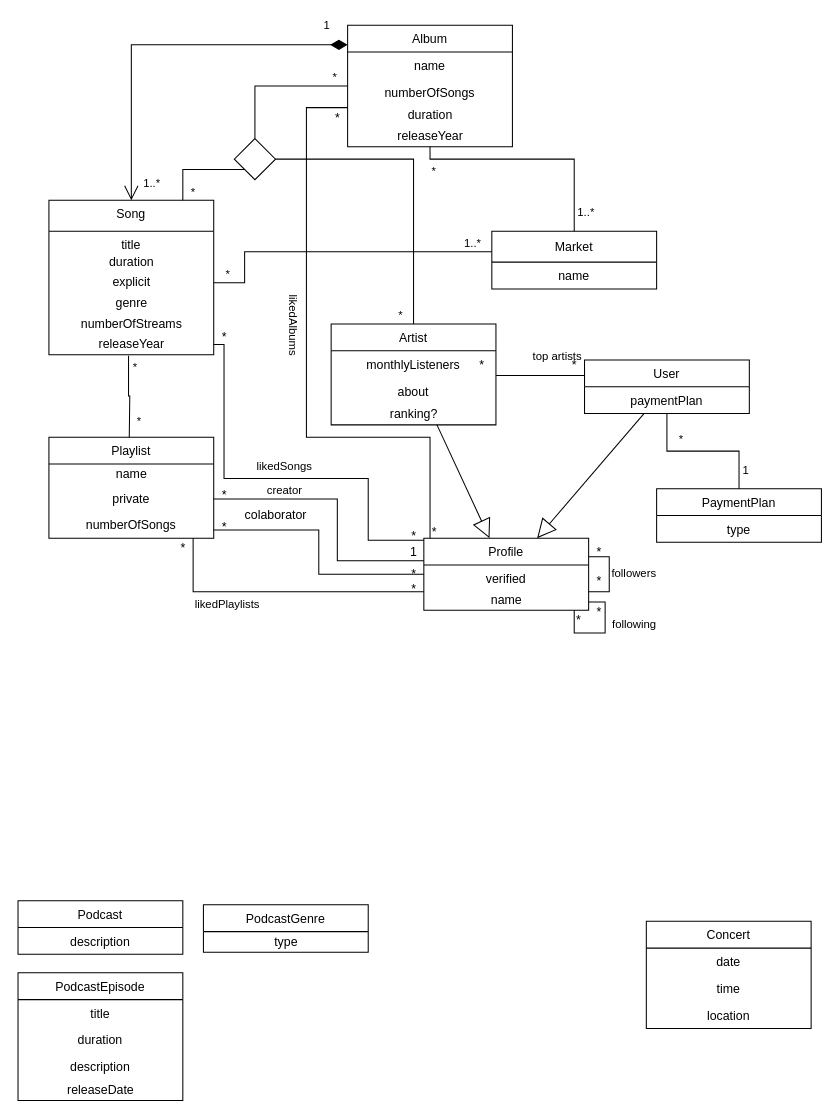
Earlier version of the draw.io diagram Spotify-class-diag.drawio (Naapperas/feup-bd). Source tidied: cells renumbered, new cells numbered last; positions are measured from the earlier drawing's top-left corner, leaving out a move shared by most shapes. Both pictures are drawn from the tidied source at 103%, with x=0, y=0 at pixel (18, 25).
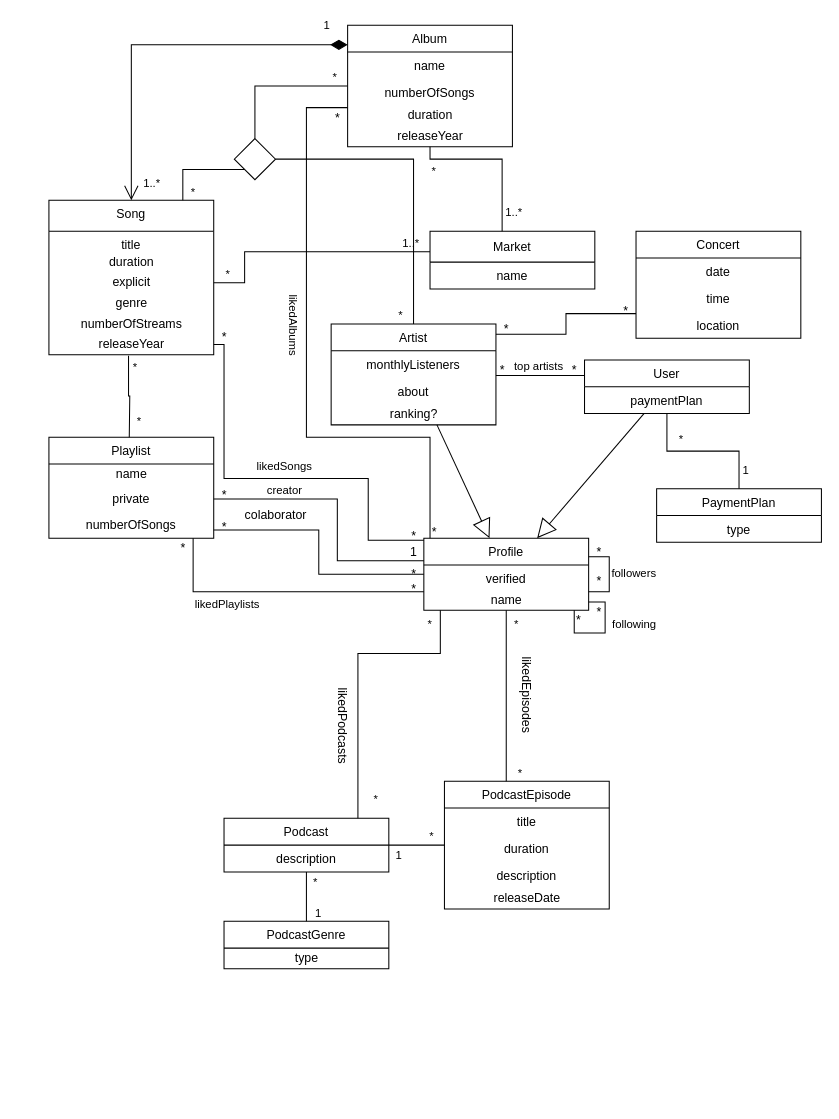
After the change.

The change refers to these unchanged cells:
```xml
<mxCell id="11" value="Album" style="swimlane;fontStyle=0;horizontal=1;startSize=26;fillColor=none;align=center;" parent="1" vertex="1">
  <mxGeometry x="320" width="160" height="118" as="geometry" />
</mxCell>
<mxCell id="16" value="Profile" style="swimlane;fontStyle=0;horizontal=1;startSize=26;fillColor=none;align=center;" parent="1" vertex="1">
  <mxGeometry x="394" y="498" width="160" height="70" as="geometry" />
</mxCell>
<mxCell id="19" value="Artist" style="swimlane;fontStyle=0;horizontal=1;startSize=26;fillColor=none;align=center;" parent="1" vertex="1">
  <mxGeometry x="304" y="290" width="160" height="98" as="geometry" />
</mxCell>
<mxCell id="64" style="endArrow=none;html=1;edgeStyle=orthogonalEdgeStyle;rounded=0;align=center;" parent="1" edge="1" source="19" target="23">
  <mxGeometry relative="1" as="geometry">
    <Array as="points">
      <mxPoint x="510" y="340" />
      <mxPoint x="510" y="340" />
    </Array>
  </mxGeometry>
</mxCell>
```

Change to the diagram source:
```diff
@@
     <mxCell id="9" value="Market" style="swimlane;fontStyle=0;horizontal=1;startSize=30;fillColor=none;align=center;" parent="1" vertex="1">
-      <mxGeometry x="460" y="200" width="160" height="56" as="geometry" />
+      <mxGeometry x="400" y="200" width="160" height="56" as="geometry" />
     </mxCell>
@@
     <mxCell id="25" value="Concert" style="swimlane;fontStyle=0;horizontal=1;startSize=26;fillColor=none;align=center;" parent="1" vertex="1">
-      <mxGeometry x="610" y="870" width="160" height="104" as="geometry" />
+      <mxGeometry x="600" y="200" width="160" height="104" as="geometry" />
     </mxCell>
@@
     <mxCell id="33" value="Podcast" style="swimlane;fontStyle=0;horizontal=1;startSize=26;fillColor=none;align=center;" parent="1" vertex="1">
-      <mxGeometry y="850" width="160" height="52" as="geometry" />
+      <mxGeometry x="200" y="770" width="160" height="52" as="geometry" />
     </mxCell>
@@
     <mxCell id="35" value="PodcastGenre" style="swimlane;fontStyle=0;horizontal=1;startSize=26;fillColor=none;align=center;" parent="1" vertex="1">
-      <mxGeometry x="180" y="854" width="160" height="46" as="geometry" />
+      <mxGeometry x="200" y="870" width="160" height="46" as="geometry" />
     </mxCell>
@@
     <mxCell id="39" value="PodcastEpisode" style="swimlane;fontStyle=0;horizontal=1;startSize=26;fillColor=none;align=center;" parent="1" vertex="1">
-      <mxGeometry y="920" width="160" height="124" as="geometry" />
+      <mxGeometry x="414" y="734" width="160" height="124" as="geometry" />
     </mxCell>
@@
-    <mxCell id="49" style="endArrow=none;html=1;edgeStyle=orthogonalEdgeStyle;rounded=0;align=center;entryX=0.5;entryY=0;entryDx=0;entryDy=0;" parent="1" edge="1" source="11" target="9">
+    <mxCell id="49" style="endArrow=none;html=1;edgeStyle=orthogonalEdgeStyle;rounded=0;align=center;" parent="1" edge="1" source="11" target="9">
       <mxGeometry relative="1" as="geometry">
         <Array as="points">
           <mxPoint x="400" y="130" />
-          <mxPoint x="540" y="130" />
+          <mxPoint x="470" y="130" />
         </Array>
       </mxGeometry>
     </mxCell>
@@
     <mxCell id="65" value="top artists" style="edgeLabel;html=1;align=left;verticalAlign=bottom;" parent="64" vertex="1">
       <mxGeometry x="-1" relative="1" as="geometry">
-        <mxPoint x="34" y="-10" as="offset" />
+        <mxPoint x="16" y="-1" as="offset" />
       </mxGeometry>
     </mxCell>
     <mxCell id="66" value="*" style="text;html=1;align=center;verticalAlign=middle;strokeColor=none;fillColor=none;" parent="1" vertex="1">
-      <mxGeometry x="440" y="320" width="20" height="20" as="geometry" />
+      <mxGeometry x="460" y="325" width="20" height="20" as="geometry" />
     </mxCell>
     <mxCell id="67" value="*" style="text;html=1;align=center;verticalAlign=middle;strokeColor=none;fillColor=none;" parent="1" vertex="1">
-      <mxGeometry x="530" y="320" width="20" height="20" as="geometry" />
+      <mxGeometry x="530" y="325" width="20" height="20" as="geometry" />
     </mxCell>
@@
+    <mxCell id="99" style="endArrow=none;html=1;edgeStyle=orthogonalEdgeStyle;rounded=0;align=center;" parent="1" edge="1" source="19" target="25">
+      <mxGeometry relative="1" as="geometry">
+        <Array as="points">
+          <mxPoint x="532" y="300" />
+          <mxPoint x="532" y="280" />
+        </Array>
+      </mxGeometry>
+    </mxCell>
+    <mxCell id="100" value="&lt;br&gt;*" style="text;html=1;align=center;verticalAlign=middle;strokeColor=none;fillColor=none;" parent="1" vertex="1">
+      <mxGeometry x="580" y="255" width="20" height="30" as="geometry" />
+    </mxCell>
+    <mxCell id="101" value="*" style="text;html=1;align=center;verticalAlign=middle;strokeColor=none;fillColor=none;" parent="1" vertex="1">
+      <mxGeometry x="464" y="285" width="20" height="20" as="geometry" />
+    </mxCell>
+    <mxCell id="102" style="endArrow=none;html=1;edgeStyle=orthogonalEdgeStyle;rounded=0;align=center;" parent="1" edge="1" source="33" target="39">
+      <mxGeometry relative="1" as="geometry" />
+    </mxCell>
+    <mxCell id="103" value="1" style="edgeLabel;html=1;align=left;verticalAlign=bottom;" parent="102" vertex="1">
+      <mxGeometry x="-1" relative="1" as="geometry">
+        <mxPoint x="5" y="18" as="offset" />
+      </mxGeometry>
+    </mxCell>
+    <mxCell id="104" value="*" style="edgeLabel;html=1;align=right;verticalAlign=bottom;" parent="102" vertex="1">
+      <mxGeometry x="1" relative="1" as="geometry">
+        <mxPoint x="-10" as="offset" />
+      </mxGeometry>
+    </mxCell>
+    <mxCell id="105" style="endArrow=none;html=1;edgeStyle=orthogonalEdgeStyle;rounded=0;align=center;" parent="1" edge="1" source="33" target="35">
+      <mxGeometry relative="1" as="geometry" />
+    </mxCell>
+    <mxCell id="106" value="*" style="edgeLabel;html=1;align=left;verticalAlign=bottom;" parent="105" vertex="1">
+      <mxGeometry x="-1" relative="1" as="geometry">
+        <mxPoint x="5" y="18" as="offset" />
+      </mxGeometry>
+    </mxCell>
+    <mxCell id="107" value="1" style="edgeLabel;html=1;align=right;verticalAlign=bottom;" parent="105" vertex="1">
+      <mxGeometry x="1" relative="1" as="geometry">
+        <mxPoint x="15" as="offset" />
+      </mxGeometry>
+    </mxCell>
+    <mxCell id="108" style="endArrow=none;html=1;edgeStyle=orthogonalEdgeStyle;rounded=0;align=center;" parent="1" edge="1" source="16" target="33">
+      <mxGeometry relative="1" as="geometry">
+        <Array as="points">
+          <mxPoint x="410" y="610" />
+          <mxPoint x="330" y="610" />
+        </Array>
+      </mxGeometry>
+    </mxCell>
+    <mxCell id="109" value="*" style="edgeLabel;html=1;align=left;verticalAlign=bottom;" parent="108" vertex="1">
+      <mxGeometry x="-1" relative="1" as="geometry">
+        <mxPoint x="-14" y="22" as="offset" />
+      </mxGeometry>
+    </mxCell>
+    <mxCell id="110" value="*" style="edgeLabel;html=1;align=right;verticalAlign=bottom;" parent="108" vertex="1">
+      <mxGeometry x="1" relative="1" as="geometry">
+        <mxPoint x="20" y="-10" as="offset" />
+      </mxGeometry>
+    </mxCell>
+    <mxCell id="111" value="likedPodcasts" style="text;html=1;align=center;verticalAlign=middle;strokeColor=none;fillColor=none;rotation=90;" parent="1" vertex="1">
+      <mxGeometry x="270" y="670" width="90" height="20" as="geometry" />
+    </mxCell>
+    <mxCell id="112" style="endArrow=none;html=1;edgeStyle=orthogonalEdgeStyle;rounded=0;align=center;" parent="1" edge="1" source="16" target="39">
+      <mxGeometry relative="1" as="geometry">
+        <Array as="points">
+          <mxPoint x="474" y="690" />
+          <mxPoint x="474" y="690" />
+        </Array>
+      </mxGeometry>
+    </mxCell>
+    <mxCell id="113" value="*" style="edgeLabel;html=1;align=left;verticalAlign=bottom;" parent="112" vertex="1">
+      <mxGeometry x="-1" relative="1" as="geometry">
+        <mxPoint x="6" y="22" as="offset" />
+      </mxGeometry>
+    </mxCell>
+    <mxCell id="114" value="*" style="edgeLabel;html=1;align=right;verticalAlign=bottom;" parent="112" vertex="1">
+      <mxGeometry x="1" relative="1" as="geometry">
+        <mxPoint x="16" as="offset" />
+      </mxGeometry>
+    </mxCell>
+    <mxCell id="115" value="likedEpisodes" style="text;html=1;align=center;verticalAlign=middle;strokeColor=none;fillColor=none;rotation=90;" parent="1" vertex="1">
+      <mxGeometry x="449" y="640" width="90" height="20" as="geometry" />
+    </mxCell>
```
